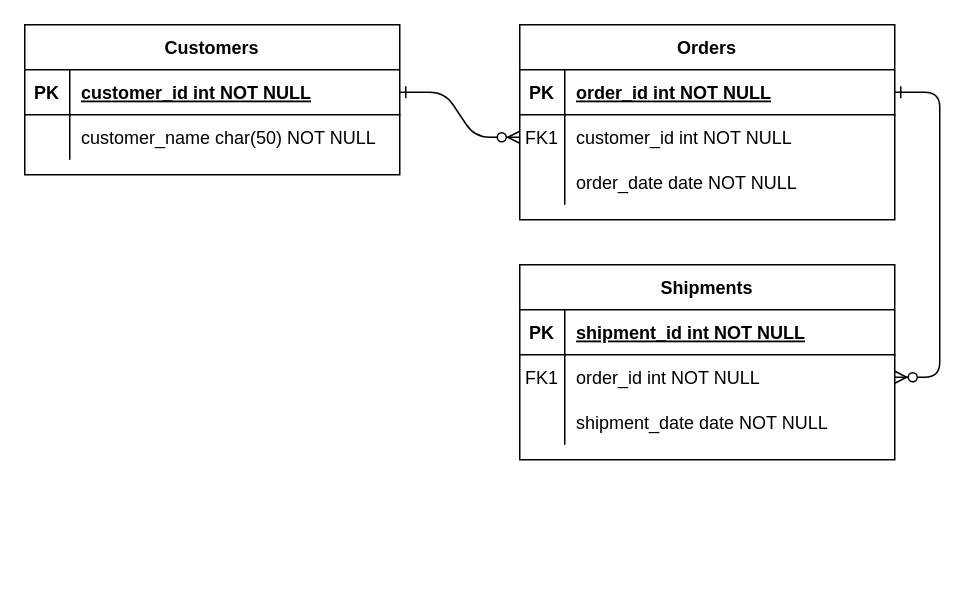
Earlier version of the draw.io diagram FinanceTracker.drawio (greyadams/FinanaceTracker). Source tidied: cells renumbered, new cells numbered last; positions are measured from the earlier drawing's top-left corner, leaving out a move shared by most shapes. Both pictures are drawn from the tidied source at 150%, with x=0, y=0 at pixel (24, 24).
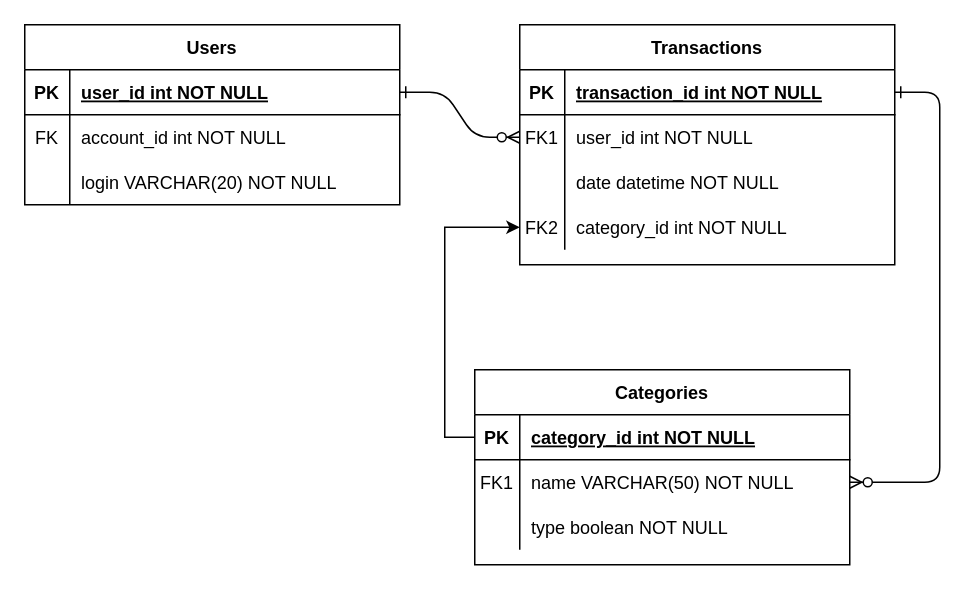
The same page after the edit.

Unchanged cells that the change refers to:
```xml
<mxCell id="5" style="shape=partialRectangle;fillColor=none;points=[[0,0.5],[1,0.5]];portConstraint=eastwest;top=0;left=0;right=0;bottom=1;" parent="4" vertex="1">
  <mxGeometry y="30" width="250" height="30" as="geometry" />
</mxCell>
<mxCell id="8" style="shape=partialRectangle;fillColor=none;points=[[0,0.5],[1,0.5]];portConstraint=eastwest;top=0;left=0;right=0;bottom=0;" parent="4" vertex="1">
  <mxGeometry y="60" width="250" height="30" as="geometry" />
</mxCell>
<mxCell id="11" style="shape=partialRectangle;fillColor=none;top=0;left=0;right=0;bottom=0;" parent="4" vertex="1">
  <mxGeometry y="90" width="250" height="30" as="geometry" />
</mxCell>
<mxCell id="15" style="shape=partialRectangle;fillColor=none;points=[[0,0.5],[1,0.5]];portConstraint=eastwest;top=0;left=0;right=0;bottom=1;" parent="14" vertex="1">
  <mxGeometry y="30" width="250" height="30" as="geometry" />
</mxCell>
<mxCell id="18" style="shape=partialRectangle;fillColor=none;points=[[0,0.5],[1,0.5]];portConstraint=eastwest;top=0;left=0;right=0;bottom=0;" parent="14" vertex="1">
  <mxGeometry y="60" width="250" height="30" as="geometry" />
</mxCell>
<mxCell id="21" style="shape=partialRectangle;fillColor=none;top=0;left=0;right=0;bottom=0;" parent="14" vertex="1">
  <mxGeometry y="90" width="250" height="30" as="geometry" />
</mxCell>
<mxCell id="25" style="shape=partialRectangle;fillColor=none;points=[[0,0.5],[1,0.5]];portConstraint=eastwest;top=0;left=0;right=0;bottom=1;" parent="24" vertex="1">
  <mxGeometry y="30" width="250" height="30" as="geometry" />
</mxCell>
<mxCell id="28" style="shape=partialRectangle;fillColor=none;top=0;left=0;right=0;bottom=0;" parent="24" vertex="1">
  <mxGeometry y="60" width="250" height="30" as="geometry" />
</mxCell>
```

What changed in the source:
```diff
@@
-    <mxCell id="4" value="Orders" style="shape=table;startSize=30;childLayout=tableLayout;rowLines=0;fontStyle=1;align=center;" parent="1" vertex="1">
-      <mxGeometry x="330" width="250" height="130" as="geometry" />
+    <mxCell id="4" value="Transactions" style="shape=table;startSize=30;childLayout=tableLayout;rowLines=0;fontStyle=1;align=center;" parent="1" vertex="1">
+      <mxGeometry x="330" width="250" height="160" as="geometry" />
     </mxCell>
@@
-    <mxCell id="7" value="order_id int NOT NULL " style="shape=partialRectangle;overflow=hidden;fillColor=none;top=0;left=0;bottom=0;right=0;align=left;spacingLeft=6;fontStyle=5;" parent="5" vertex="1">
+    <mxCell id="7" value="transaction_id int NOT NULL " style="shape=partialRectangle;overflow=hidden;fillColor=none;top=0;left=0;bottom=0;right=0;align=left;spacingLeft=6;fontStyle=5;" parent="5" vertex="1">
       <mxGeometry x="30" width="220" height="30" as="geometry" />
     </mxCell>
@@
-    <mxCell id="10" value="customer_id int NOT NULL" style="shape=partialRectangle;overflow=hidden;fillColor=none;top=0;left=0;bottom=0;right=0;align=left;spacingLeft=6;" parent="8" vertex="1">
+    <mxCell id="10" value="user_id int NOT NULL" style="shape=partialRectangle;overflow=hidden;fillColor=none;top=0;left=0;bottom=0;right=0;align=left;spacingLeft=6;" parent="8" vertex="1">
       <mxGeometry x="30" width="220" height="30" as="geometry" />
     </mxCell>
@@
-    <mxCell id="13" value="order_date date NOT NULL" style="shape=partialRectangle;overflow=hidden;fillColor=none;top=0;left=0;bottom=0;right=0;align=left;spacingLeft=6;" parent="11" vertex="1">
+    <mxCell id="13" value="date datetime NOT NULL" style="shape=partialRectangle;overflow=hidden;fillColor=none;top=0;left=0;bottom=0;right=0;align=left;spacingLeft=6;" parent="11" vertex="1">
       <mxGeometry x="30" width="220" height="30" as="geometry" />
     </mxCell>
+    <mxCell id="31" style="shape=partialRectangle;fillColor=none;points=[[0,0.5],[1,0.5]];portConstraint=eastwest;top=0;left=0;right=0;bottom=0;" parent="4" vertex="1">
+      <mxGeometry y="120" width="250" height="30" as="geometry" />
+    </mxCell>
+    <mxCell id="32" value="FK2" style="shape=partialRectangle;overflow=hidden;fillColor=none;top=0;left=0;bottom=0;right=0;" parent="31" vertex="1">
+      <mxGeometry width="30" height="30" as="geometry" />
+    </mxCell>
+    <mxCell id="33" value="category_id int NOT NULL" style="shape=partialRectangle;overflow=hidden;fillColor=none;top=0;left=0;bottom=0;right=0;align=left;spacingLeft=6;" parent="31" vertex="1">
+      <mxGeometry x="30" width="220" height="30" as="geometry" />
+    </mxCell>
-    <mxCell id="14" value="Shipments" style="shape=table;startSize=30;childLayout=tableLayout;rowLines=0;fontStyle=1;align=center;" parent="1" vertex="1">
-      <mxGeometry x="330" y="160" width="250" height="130" as="geometry" />
+    <mxCell id="14" value="Categories" style="shape=table;startSize=30;childLayout=tableLayout;rowLines=0;fontStyle=1;align=center;" parent="1" vertex="1">
+      <mxGeometry x="300" y="230" width="250" height="130" as="geometry" />
     </mxCell>
@@
-    <mxCell id="17" value="shipment_id int NOT NULL " style="shape=partialRectangle;overflow=hidden;fillColor=none;top=0;left=0;bottom=0;right=0;align=left;spacingLeft=6;fontStyle=5;" parent="15" vertex="1">
+    <mxCell id="17" value="category_id int NOT NULL " style="shape=partialRectangle;overflow=hidden;fillColor=none;top=0;left=0;bottom=0;right=0;align=left;spacingLeft=6;fontStyle=5;" parent="15" vertex="1">
       <mxGeometry x="30" width="220" height="30" as="geometry" />
     </mxCell>
@@
-    <mxCell id="20" value="order_id int NOT NULL" style="shape=partialRectangle;overflow=hidden;fillColor=none;top=0;left=0;bottom=0;right=0;align=left;spacingLeft=6;" parent="18" vertex="1">
+    <mxCell id="20" value="name VARCHAR(50) NOT NULL" style="shape=partialRectangle;overflow=hidden;fillColor=none;top=0;left=0;bottom=0;right=0;align=left;spacingLeft=6;" parent="18" vertex="1">
       <mxGeometry x="30" width="220" height="30" as="geometry" />
     </mxCell>
@@
-    <mxCell id="23" value="shipment_date date NOT NULL" style="shape=partialRectangle;overflow=hidden;fillColor=none;top=0;left=0;bottom=0;right=0;align=left;spacingLeft=6;" parent="21" vertex="1">
+    <mxCell id="23" value="type boolean NOT NULL" style="shape=partialRectangle;overflow=hidden;fillColor=none;top=0;left=0;bottom=0;right=0;align=left;spacingLeft=6;" parent="21" vertex="1">
       <mxGeometry x="30" width="220" height="30" as="geometry" />
     </mxCell>
-    <mxCell id="24" value="Customers" style="shape=table;startSize=30;childLayout=tableLayout;rowLines=0;fontStyle=1;align=center;" parent="1" vertex="1">
-      <mxGeometry width="250" height="100" as="geometry" />
+    <mxCell id="24" value="Users" style="shape=table;startSize=30;childLayout=tableLayout;rowLines=0;fontStyle=1;align=center;" parent="1" vertex="1">
+      <mxGeometry width="250" height="120" as="geometry" />
     </mxCell>
@@
-    <mxCell id="27" value="customer_id int NOT NULL " style="shape=partialRectangle;overflow=hidden;fillColor=none;top=0;left=0;bottom=0;right=0;align=left;spacingLeft=6;fontStyle=5;" parent="25" vertex="1">
+    <mxCell id="27" value="user_id int NOT NULL " style="shape=partialRectangle;overflow=hidden;fillColor=none;top=0;left=0;bottom=0;right=0;align=left;spacingLeft=6;fontStyle=5;" parent="25" vertex="1">
       <mxGeometry x="30" width="220" height="30" as="geometry" />
     </mxCell>
@@
-    <mxCell id="29" style="shape=partialRectangle;overflow=hidden;fillColor=none;top=0;left=0;bottom=0;right=0;" parent="28" vertex="1">
+    <mxCell id="29" value="FK" style="shape=partialRectangle;overflow=hidden;fillColor=none;top=0;left=0;bottom=0;right=0;" parent="28" vertex="1">
       <mxGeometry width="30" height="30" as="geometry" />
     </mxCell>
-    <mxCell id="30" value="customer_name char(50) NOT NULL" style="shape=partialRectangle;overflow=hidden;fillColor=none;top=0;left=0;bottom=0;right=0;align=left;spacingLeft=6;" parent="28" vertex="1">
+    <mxCell id="30" value="account_id int NOT NULL" style="shape=partialRectangle;overflow=hidden;fillColor=none;top=0;left=0;bottom=0;right=0;align=left;spacingLeft=6;" parent="28" vertex="1">
       <mxGeometry x="30" width="220" height="30" as="geometry" />
     </mxCell>
+    <mxCell id="34" style="shape=partialRectangle;fillColor=none;top=0;left=0;right=0;bottom=0;" parent="24" vertex="1">
+      <mxGeometry y="90" width="250" height="30" as="geometry" />
+    </mxCell>
+    <mxCell id="35" style="shape=partialRectangle;overflow=hidden;fillColor=none;top=0;left=0;bottom=0;right=0;" parent="34" vertex="1">
+      <mxGeometry width="30" height="30" as="geometry" />
+    </mxCell>
+    <mxCell id="36" value="login VARCHAR(20) NOT NULL" style="shape=partialRectangle;overflow=hidden;fillColor=none;top=0;left=0;bottom=0;right=0;align=left;spacingLeft=6;" parent="34" vertex="1">
+      <mxGeometry x="30" width="220" height="30" as="geometry" />
+    </mxCell>
+    <mxCell id="37" style="edgeStyle=orthogonalEdgeStyle;rounded=0;jettySize=auto;html=1;exitX=0;exitY=0.5;exitDx=0;exitDy=0;entryX=0;entryY=0.5;entryDx=0;entryDy=0;" parent="1" edge="1" source="15" target="31">
+      <mxGeometry relative="1" as="geometry" />
+    </mxCell>
```
